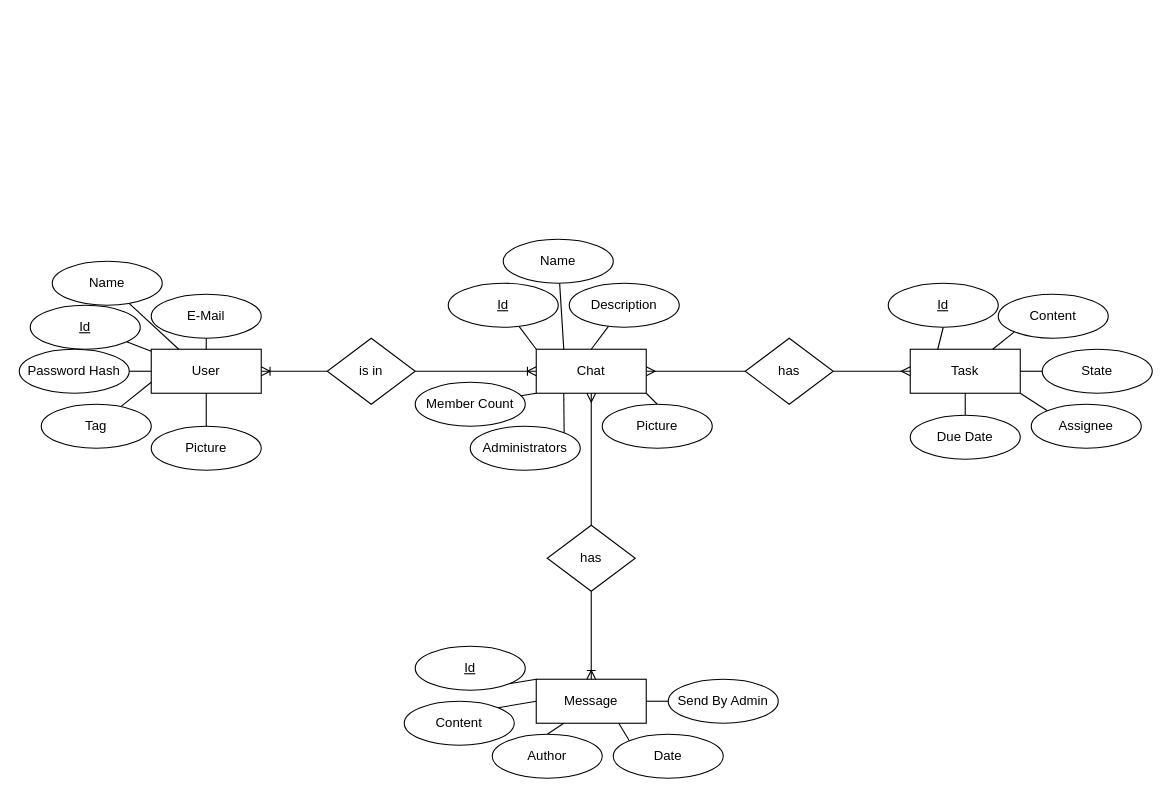
Above: doc/diagram/erm_diagram.drawio in schufeli/yeet-quest (draw.io), before the change. Source tidied: cells renumbered, new cells numbered last; positions are measured from the earlier drawing's top-left corner, leaving out a move shared by most shapes. Both pictures are drawn from the tidied source at 110%, with x=0, y=0 at pixel (19, 239).
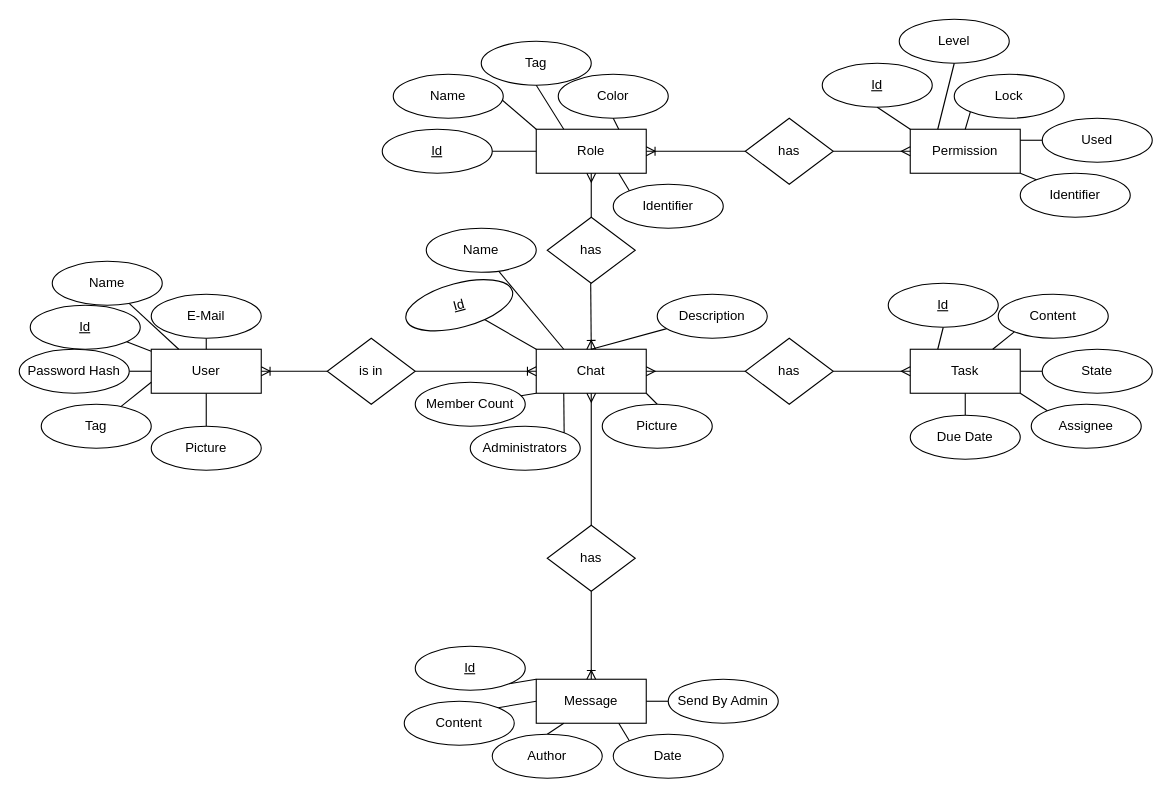
Above is the later version.

Diff of the diagram source:
```diff
@@
     <mxCell id="18" value="Name" style="ellipse;whiteSpace=wrap;html=1;align=center;" parent="1" vertex="1">
-      <mxGeometry x="440" width="100" height="40" as="geometry" />
+      <mxGeometry x="370" y="-10" width="100" height="40" as="geometry" />
     </mxCell>
@@
     <mxCell id="20" value="Description" style="ellipse;whiteSpace=wrap;html=1;align=center;" parent="1" vertex="1">
-      <mxGeometry x="500" y="40" width="100" height="40" as="geometry" />
+      <mxGeometry x="580" y="50" width="100" height="40" as="geometry" />
     </mxCell>
@@
-    <mxCell id="23" value="Id" style="ellipse;whiteSpace=wrap;html=1;align=center;fontStyle=4;" parent="1" vertex="1">
-      <mxGeometry x="390" y="40" width="100" height="40" as="geometry" />
+    <mxCell id="23" value="Id" style="ellipse;whiteSpace=wrap;html=1;align=center;fontStyle=4;rotation=-15;" parent="1" vertex="1">
+      <mxGeometry x="350" y="40" width="100" height="40" as="geometry" />
     </mxCell>
@@
+    <mxCell id="59" value="Role" style="whiteSpace=wrap;html=1;align=center;" parent="1" vertex="1">
+      <mxGeometry x="470" y="-100" width="100" height="40" as="geometry" />
+    </mxCell>
+    <mxCell id="60" value="has" style="rhombus;whiteSpace=wrap;html=1;" parent="1" vertex="1">
+      <mxGeometry x="480" y="-20" width="80" height="60" as="geometry" />
+    </mxCell>
+    <mxCell id="61" style="fontSize=12;html=1;endArrow=ERmany;rounded=0;entryX=0.5;entryY=1;entryDx=0;entryDy=0;" parent="1" edge="1" target="59">
+      <mxGeometry relative="1" as="geometry">
+        <mxPoint x="520" y="-20" as="sourcePoint" />
+      </mxGeometry>
+    </mxCell>
+    <mxCell id="62" style="edgeStyle=elbowEdgeStyle;fontSize=12;html=1;endArrow=ERoneToMany;rounded=0;exitX=0.5;exitY=1;exitDx=0;exitDy=0;" parent="1" edge="1">
+      <mxGeometry relative="1" as="geometry">
+        <mxPoint x="519.5" y="40" as="sourcePoint" />
+        <mxPoint x="520" y="100" as="targetPoint" />
+      </mxGeometry>
+    </mxCell>
+    <mxCell id="63" value="Id" style="ellipse;whiteSpace=wrap;html=1;align=center;fontStyle=4;" parent="1" vertex="1">
+      <mxGeometry x="330" y="-100" width="100" height="40" as="geometry" />
+    </mxCell>
+    <mxCell id="64" style="edgeStyle=none;rounded=0;jettySize=auto;html=1;entryX=0;entryY=0.5;entryDx=0;entryDy=0;endArrow=none;endFill=0;exitX=1;exitY=0.5;exitDx=0;exitDy=0;" parent="1" edge="1" source="63" target="59">
+      <mxGeometry relative="1" as="geometry" />
+    </mxCell>
+    <mxCell id="65" value="Permission" style="whiteSpace=wrap;html=1;align=center;" parent="1" vertex="1">
+      <mxGeometry x="810" y="-100" width="100" height="40" as="geometry" />
+    </mxCell>
+    <mxCell id="66" value="has" style="rhombus;whiteSpace=wrap;html=1;" parent="1" vertex="1">
+      <mxGeometry x="660" y="-110" width="80" height="60" as="geometry" />
+    </mxCell>
+    <mxCell id="67" style="edgeStyle=elbowEdgeStyle;fontSize=12;html=1;endArrow=ERoneToMany;rounded=0;exitX=0;exitY=0.5;exitDx=0;exitDy=0;entryX=1;entryY=0.5;entryDx=0;entryDy=0;" parent="1" edge="1" source="66" target="59">
+      <mxGeometry relative="1" as="geometry" />
+    </mxCell>
+    <mxCell id="68" style="fontSize=12;html=1;endArrow=ERmany;rounded=0;entryX=0;entryY=0.5;entryDx=0;entryDy=0;" parent="1" edge="1" source="66" target="65">
+      <mxGeometry relative="1" as="geometry" />
+    </mxCell>
+    <mxCell id="69" value="Id" style="ellipse;whiteSpace=wrap;html=1;align=center;fontStyle=4;" parent="1" vertex="1">
+      <mxGeometry x="730" y="-160" width="100" height="40" as="geometry" />
+    </mxCell>
+    <mxCell id="70" style="edgeStyle=none;rounded=0;jettySize=auto;html=1;entryX=0;entryY=0;entryDx=0;entryDy=0;endArrow=none;endFill=0;exitX=0.5;exitY=1;exitDx=0;exitDy=0;" parent="1" edge="1" source="69" target="65">
+      <mxGeometry relative="1" as="geometry" />
+    </mxCell>
+    <mxCell id="71" style="edgeStyle=none;rounded=0;jettySize=auto;html=1;entryX=0;entryY=0;entryDx=0;entryDy=0;endArrow=none;endFill=0;exitX=0.5;exitY=1;exitDx=0;exitDy=0;" parent="1" edge="1" target="59">
+      <mxGeometry relative="1" as="geometry">
+        <mxPoint x="435" y="-130" as="sourcePoint" />
+      </mxGeometry>
+    </mxCell>
+    <mxCell id="72" value="Name" style="ellipse;whiteSpace=wrap;html=1;align=center;" parent="1" vertex="1">
+      <mxGeometry x="340" y="-150" width="100" height="40" as="geometry" />
+    </mxCell>
+    <mxCell id="73" value="Tag" style="ellipse;whiteSpace=wrap;html=1;align=center;" parent="1" vertex="1">
+      <mxGeometry x="420" y="-180" width="100" height="40" as="geometry" />
+    </mxCell>
+    <mxCell id="74" value="Color" style="ellipse;whiteSpace=wrap;html=1;align=center;" parent="1" vertex="1">
+      <mxGeometry x="490" y="-150" width="100" height="40" as="geometry" />
+    </mxCell>
+    <mxCell id="75" style="edgeStyle=none;rounded=0;jettySize=auto;html=1;entryX=0.25;entryY=0;entryDx=0;entryDy=0;endArrow=none;endFill=0;exitX=0.5;exitY=1;exitDx=0;exitDy=0;" parent="1" edge="1" source="73" target="59">
+      <mxGeometry relative="1" as="geometry" />
+    </mxCell>
+    <mxCell id="76" style="edgeStyle=none;rounded=0;jettySize=auto;html=1;entryX=0.75;entryY=0;entryDx=0;entryDy=0;endArrow=none;endFill=0;exitX=0.5;exitY=1;exitDx=0;exitDy=0;" parent="1" edge="1" source="74" target="59">
+      <mxGeometry relative="1" as="geometry" />
+    </mxCell>
+    <mxCell id="77" value="Level" style="ellipse;whiteSpace=wrap;html=1;align=center;" parent="1" vertex="1">
+      <mxGeometry x="800" y="-200" width="100" height="40" as="geometry" />
+    </mxCell>
+    <mxCell id="78" style="edgeStyle=none;rounded=0;jettySize=auto;html=1;entryX=0.25;entryY=0;entryDx=0;entryDy=0;endArrow=none;endFill=0;exitX=0.5;exitY=1;exitDx=0;exitDy=0;" parent="1" edge="1" source="77" target="65">
+      <mxGeometry relative="1" as="geometry" />
+    </mxCell>
+    <mxCell id="79" value="Lock" style="ellipse;whiteSpace=wrap;html=1;align=center;" parent="1" vertex="1">
+      <mxGeometry x="850" y="-150" width="100" height="40" as="geometry" />
+    </mxCell>
+    <mxCell id="80" style="edgeStyle=none;rounded=0;jettySize=auto;html=1;entryX=0.5;entryY=0;entryDx=0;entryDy=0;endArrow=none;endFill=0;exitX=0;exitY=1;exitDx=0;exitDy=0;" parent="1" edge="1" source="79" target="65">
+      <mxGeometry relative="1" as="geometry" />
+    </mxCell>
+    <mxCell id="81" value="Used" style="ellipse;whiteSpace=wrap;html=1;align=center;" parent="1" vertex="1">
+      <mxGeometry x="930" y="-110" width="100" height="40" as="geometry" />
+    </mxCell>
+    <mxCell id="82" style="edgeStyle=none;rounded=0;jettySize=auto;html=1;entryX=1;entryY=0.25;entryDx=0;entryDy=0;endArrow=none;endFill=0;exitX=0;exitY=0.5;exitDx=0;exitDy=0;" parent="1" edge="1" source="81" target="65">
+      <mxGeometry relative="1" as="geometry" />
+    </mxCell>
+    <mxCell id="83" value="Identifier" style="ellipse;whiteSpace=wrap;html=1;align=center;" parent="1" vertex="1">
+      <mxGeometry x="910" y="-60" width="100" height="40" as="geometry" />
+    </mxCell>
+    <mxCell id="84" style="edgeStyle=none;rounded=0;jettySize=auto;html=1;entryX=1;entryY=1;entryDx=0;entryDy=0;endArrow=none;endFill=0;exitX=0;exitY=0;exitDx=0;exitDy=0;" parent="1" edge="1" source="83" target="65">
+      <mxGeometry relative="1" as="geometry" />
+    </mxCell>
+    <mxCell id="85" value="Identifier" style="ellipse;whiteSpace=wrap;html=1;align=center;" parent="1" vertex="1">
+      <mxGeometry x="540" y="-50" width="100" height="40" as="geometry" />
+    </mxCell>
+    <mxCell id="86" style="edgeStyle=none;rounded=0;jettySize=auto;html=1;entryX=0;entryY=0;entryDx=0;entryDy=0;endArrow=none;endFill=0;exitX=0.75;exitY=1;exitDx=0;exitDy=0;" parent="1" edge="1" source="59" target="85">
+      <mxGeometry relative="1" as="geometry" />
+    </mxCell>
```
